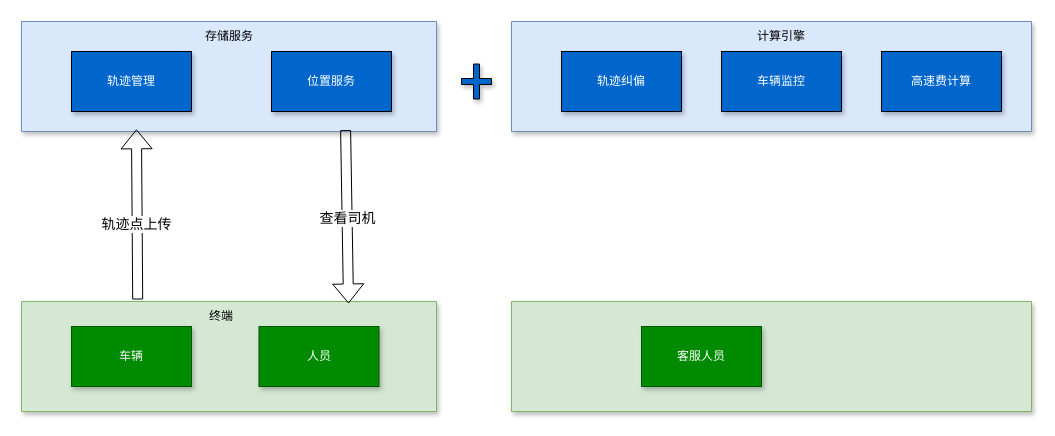
The draw.io diagram 汇报.drawio in leonwcy/test, before the edit. Source tidied: cells renumbered, new cells numbered last; positions are measured from the earlier drawing's top-left corner, leaving out a move shared by most shapes. Both pictures are drawn from the tidied source at 100%, with x=0, y=0 at pixel (21, 21).
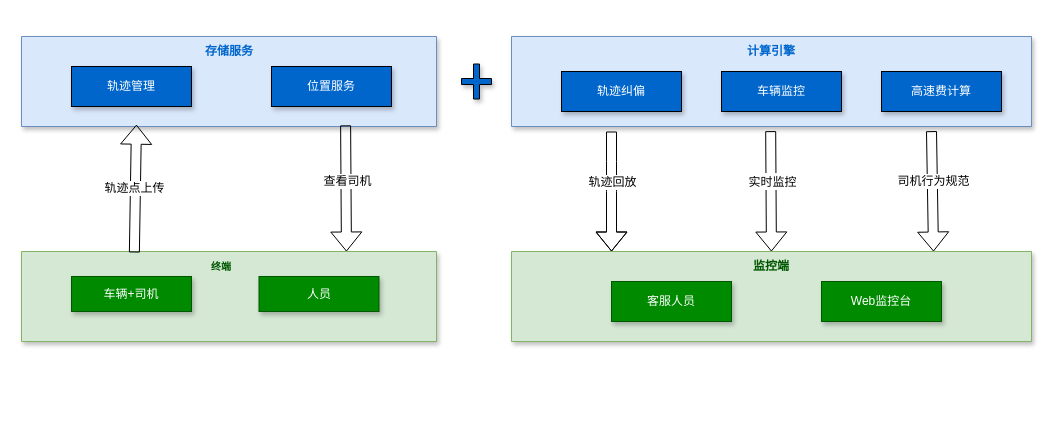
Above is the later version.

Change to the diagram source:
```diff
@@
     <mxCell id="2" style="verticalLabelPosition=bottom;verticalAlign=top;html=1;shape=mxgraph.basic.rect;fillColor2=none;strokeWidth=1;size=20;indent=5;shadow=1;fillColor=#dae8fc;strokeColor=#6c8ebf;" parent="1" vertex="1">
-      <mxGeometry width="415" height="110" as="geometry" />
+      <mxGeometry y="15" width="415" height="90" as="geometry" />
     </mxCell>
     <mxCell id="3" value="&lt;font color=&quot;#ffffff&quot;&gt;轨迹管理&lt;/font&gt;" style="rounded=0;whiteSpace=wrap;html=1;shadow=1;fillColor=#0066CC;" parent="1" vertex="1">
-      <mxGeometry x="50" y="30" width="120" height="60" as="geometry" />
+      <mxGeometry x="50" y="45" width="120" height="40" as="geometry" />
     </mxCell>
     <mxCell id="4" value="&lt;font color=&quot;#ffffff&quot;&gt;位置服务&lt;/font&gt;" style="rounded=0;whiteSpace=wrap;html=1;shadow=1;fillColor=#0066CC;" parent="1" vertex="1">
-      <mxGeometry x="250" y="30" width="120" height="60" as="geometry" />
+      <mxGeometry x="250" y="45" width="120" height="40" as="geometry" />
     </mxCell>
-    <mxCell id="5" value="存储服务" style="text;html=1;strokeColor=none;fillColor=none;align=center;verticalAlign=middle;whiteSpace=wrap;rounded=0;shadow=1;" parent="1" vertex="1">
-      <mxGeometry x="177.5" width="60" height="30" as="geometry" />
+    <mxCell id="5" value="&lt;font color=&quot;#0066cc&quot;&gt;&lt;b&gt;存储服务&lt;/b&gt;&lt;/font&gt;" style="text;html=1;strokeColor=none;fillColor=none;align=center;verticalAlign=middle;whiteSpace=wrap;rounded=0;shadow=0;" parent="1" vertex="1">
+      <mxGeometry x="177.5" y="15" width="60" height="30" as="geometry" />
     </mxCell>
     <mxCell id="6" style="verticalLabelPosition=bottom;verticalAlign=top;html=1;shape=mxgraph.basic.rect;fillColor2=none;strokeWidth=1;size=20;indent=5;shadow=1;fillColor=#dae8fc;strokeColor=#6c8ebf;" parent="1" vertex="1">
-      <mxGeometry x="490" width="520" height="110" as="geometry" />
+      <mxGeometry x="490" y="15" width="520" height="90" as="geometry" />
     </mxCell>
     <mxCell id="7" value="&lt;font color=&quot;#ffffff&quot;&gt;轨迹纠偏&lt;/font&gt;" style="rounded=0;whiteSpace=wrap;html=1;shadow=1;fillColor=#0066CC;" parent="1" vertex="1">
-      <mxGeometry x="540" y="30" width="120" height="60" as="geometry" />
+      <mxGeometry x="540" y="50" width="120" height="40" as="geometry" />
     </mxCell>
     <mxCell id="8" value="&lt;font color=&quot;#ffffff&quot;&gt;车辆监控&lt;/font&gt;" style="rounded=0;whiteSpace=wrap;html=1;shadow=1;fillColor=#0066CC;" parent="1" vertex="1">
-      <mxGeometry x="700" y="30" width="120" height="60" as="geometry" />
+      <mxGeometry x="700" y="50" width="120" height="40" as="geometry" />
     </mxCell>
-    <mxCell id="9" value="计算引擎" style="text;html=1;strokeColor=none;fillColor=none;align=center;verticalAlign=middle;whiteSpace=wrap;rounded=0;shadow=1;" parent="1" vertex="1">
-      <mxGeometry x="730" width="60" height="30" as="geometry" />
+    <mxCell id="9" value="&lt;font color=&quot;#0066cc&quot;&gt;&lt;b&gt;计算引擎&lt;/b&gt;&lt;/font&gt;" style="text;html=1;strokeColor=none;fillColor=none;align=center;verticalAlign=middle;whiteSpace=wrap;rounded=0;shadow=0;" parent="1" vertex="1">
+      <mxGeometry x="720" y="15" width="60" height="30" as="geometry" />
     </mxCell>
     <mxCell id="10" value="&lt;font color=&quot;#ffffff&quot;&gt;高速费计算&lt;/font&gt;" style="rounded=0;whiteSpace=wrap;html=1;shadow=1;fillColor=#0066CC;" parent="1" vertex="1">
-      <mxGeometry x="860" y="30" width="120" height="60" as="geometry" />
+      <mxGeometry x="860" y="50" width="120" height="40" as="geometry" />
     </mxCell>
     <mxCell id="11" style="verticalLabelPosition=bottom;verticalAlign=top;html=1;shape=mxgraph.basic.rect;fillColor2=none;strokeWidth=1;size=20;indent=5;shadow=1;fillColor=#d5e8d4;strokeColor=#82b366;" parent="1" vertex="1">
-      <mxGeometry y="280" width="415" height="110" as="geometry" />
+      <mxGeometry y="230" width="415" height="90" as="geometry" />
     </mxCell>
     <mxCell id="12" style="verticalLabelPosition=bottom;verticalAlign=top;html=1;shape=mxgraph.basic.rect;fillColor2=none;strokeWidth=1;size=20;indent=5;shadow=1;fillColor=#d5e8d4;strokeColor=#82b366;" parent="1" vertex="1">
-      <mxGeometry x="490" y="280" width="520" height="110" as="geometry" />
+      <mxGeometry x="490" y="230" width="520" height="90" as="geometry" />
     </mxCell>
-    <mxCell id="13" style="shape=flexArrow;endArrow=classic;html=1;rounded=0;entryX=0.277;entryY=0.98;entryDx=0;entryDy=0;entryPerimeter=0;exitX=0.28;exitY=-0.018;exitDx=0;exitDy=0;exitPerimeter=0;" parent="1" edge="1" source="11" target="2">
+    <mxCell id="13" style="shape=flexArrow;endArrow=classic;html=1;rounded=0;entryX=0.277;entryY=0.98;entryDx=0;entryDy=0;entryPerimeter=0;exitX=0.272;exitY=0.011;exitDx=0;exitDy=0;exitPerimeter=0;" parent="1" edge="1" source="11" target="2">
       <mxGeometry relative="1" as="geometry" />
     </mxCell>
-    <mxCell id="14" value="轨迹点上传" style="edgeLabel;html=1;align=center;verticalAlign=middle;fontSize=14;" parent="13" vertex="1">
+    <mxCell id="14" value="轨迹点上传" style="edgeLabel;html=1;align=center;verticalAlign=middle;fontSize=12;" parent="13" vertex="1">
       <mxGeometry x="-0.42" y="1" relative="1" as="geometry">
         <mxPoint y="-27" as="offset" />
       </mxGeometry>
     </mxCell>
-    <mxCell id="15" value="车辆" style="rounded=0;whiteSpace=wrap;html=1;shadow=1;fillColor=#008a00;strokeColor=#005700;fontColor=#ffffff;" parent="1" vertex="1">
-      <mxGeometry x="50" y="305" width="120" height="60" as="geometry" />
+    <mxCell id="15" value="车辆+司机" style="rounded=0;whiteSpace=wrap;html=1;shadow=1;fillColor=#008a00;strokeColor=#005700;fontColor=#ffffff;" parent="1" vertex="1">
+      <mxGeometry x="50" y="255" width="120" height="35" as="geometry" />
     </mxCell>
     <mxCell id="16" value="人员" style="rounded=0;whiteSpace=wrap;html=1;shadow=1;fillColor=#008a00;strokeColor=#005700;fontColor=#ffffff;" parent="1" vertex="1">
-      <mxGeometry x="237.5" y="305" width="120" height="60" as="geometry" />
+      <mxGeometry x="237.5" y="255" width="120" height="35" as="geometry" />
     </mxCell>
-    <mxCell id="17" style="shape=flexArrow;endArrow=classic;html=1;rounded=0;exitX=0.781;exitY=0.987;exitDx=0;exitDy=0;exitPerimeter=0;entryX=0.788;entryY=0.018;entryDx=0;entryDy=0;entryPerimeter=0;" parent="1" edge="1" source="2" target="11">
+    <mxCell id="17" style="shape=flexArrow;endArrow=classic;html=1;rounded=0;exitX=0.781;exitY=0.987;exitDx=0;exitDy=0;exitPerimeter=0;entryX=0.783;entryY=0;entryDx=0;entryDy=0;entryPerimeter=0;" parent="1" edge="1" source="2" target="11">
       <mxGeometry relative="1" as="geometry" />
     </mxCell>
-    <mxCell id="18" value="查看司机" style="edgeLabel;html=1;align=center;verticalAlign=middle;fontSize=14;" parent="17" vertex="1">
+    <mxCell id="18" value="查看司机" style="edgeLabel;html=1;align=center;verticalAlign=middle;fontSize=12;" parent="17" vertex="1">
       <mxGeometry x="-0.42" y="1" relative="1" as="geometry">
-        <mxPoint y="38" as="offset" />
+        <mxPoint y="19" as="offset" />
       </mxGeometry>
     </mxCell>
     <mxCell id="19" value="客服人员" style="rounded=0;whiteSpace=wrap;html=1;shadow=1;fillColor=#008a00;strokeColor=#005700;fontColor=#ffffff;" parent="1" vertex="1">
-      <mxGeometry x="620" y="305" width="120" height="60" as="geometry" />
+      <mxGeometry x="590" y="260" width="120" height="40" as="geometry" />
     </mxCell>
-    <mxCell id="20" value="终端" style="text;html=1;strokeColor=none;fillColor=none;align=center;verticalAlign=middle;whiteSpace=wrap;rounded=0;shadow=1;" parent="1" vertex="1">
-      <mxGeometry x="170" y="280" width="60" height="30" as="geometry" />
+    <mxCell id="20" value="&lt;font size=&quot;1&quot; color=&quot;#005700&quot;&gt;&lt;b style=&quot;&quot;&gt;终端&lt;/b&gt;&lt;/font&gt;" style="text;html=1;strokeColor=none;fillColor=none;align=center;verticalAlign=middle;whiteSpace=wrap;rounded=0;shadow=1;" parent="1" vertex="1">
+      <mxGeometry x="170" y="230" width="60" height="30" as="geometry" />
     </mxCell>
@@
+    <mxCell id="22" style="shape=flexArrow;endArrow=classic;html=1;rounded=0;" parent="1" edge="1">
+      <mxGeometry relative="1" as="geometry">
+        <mxPoint x="590" y="110" as="sourcePoint" />
+        <mxPoint x="590" y="230" as="targetPoint" />
+        <Array as="points">
+          <mxPoint x="590" y="140" />
+          <mxPoint x="590" y="170" />
+        </Array>
+      </mxGeometry>
+    </mxCell>
+    <mxCell id="23" value="轨迹回放" style="edgeLabel;html=1;align=center;verticalAlign=middle;fontSize=12;" parent="22" vertex="1">
+      <mxGeometry x="-0.42" y="1" relative="1" as="geometry">
+        <mxPoint x="-1" y="15" as="offset" />
+      </mxGeometry>
+    </mxCell>
+    <mxCell id="24" style="shape=flexArrow;endArrow=classic;html=1;rounded=0;exitX=0.781;exitY=0.987;exitDx=0;exitDy=0;exitPerimeter=0;" parent="1" edge="1">
+      <mxGeometry relative="1" as="geometry">
+        <mxPoint x="910" y="109.6" as="sourcePoint" />
+        <mxPoint x="912" y="230" as="targetPoint" />
+      </mxGeometry>
+    </mxCell>
+    <mxCell id="25" value="司机行为规范" style="edgeLabel;html=1;align=center;verticalAlign=middle;fontSize=12;" parent="24" vertex="1">
+      <mxGeometry x="-0.42" y="1" relative="1" as="geometry">
+        <mxPoint y="15" as="offset" />
+      </mxGeometry>
+    </mxCell>
+    <mxCell id="26" style="shape=flexArrow;endArrow=classic;html=1;rounded=0;exitX=0.781;exitY=0.987;exitDx=0;exitDy=0;exitPerimeter=0;" parent="1" edge="1" target="29">
+      <mxGeometry relative="1" as="geometry">
+        <mxPoint x="749.2" y="109.6" as="sourcePoint" />
+      </mxGeometry>
+    </mxCell>
+    <mxCell id="27" value="&lt;font style=&quot;font-size: 12px;&quot;&gt;实时监控&lt;/font&gt;" style="edgeLabel;html=1;align=center;verticalAlign=middle;fontSize=14;" parent="26" vertex="1">
+      <mxGeometry x="-0.42" y="1" relative="1" as="geometry">
+        <mxPoint y="15" as="offset" />
+      </mxGeometry>
+    </mxCell>
+    <mxCell id="28" value="Web监控台" style="rounded=0;whiteSpace=wrap;html=1;shadow=1;fillColor=#008a00;strokeColor=#005700;fontColor=#ffffff;" parent="1" vertex="1">
+      <mxGeometry x="800" y="260" width="120" height="40" as="geometry" />
+    </mxCell>
+    <mxCell id="29" value="&lt;font color=&quot;#005700&quot;&gt;&lt;b&gt;监控端&lt;/b&gt;&lt;/font&gt;" style="text;html=1;strokeColor=none;fillColor=none;align=center;verticalAlign=middle;whiteSpace=wrap;rounded=0;shadow=1;" parent="1" vertex="1">
+      <mxGeometry x="720" y="230" width="60" height="30" as="geometry" />
+    </mxCell>
```
